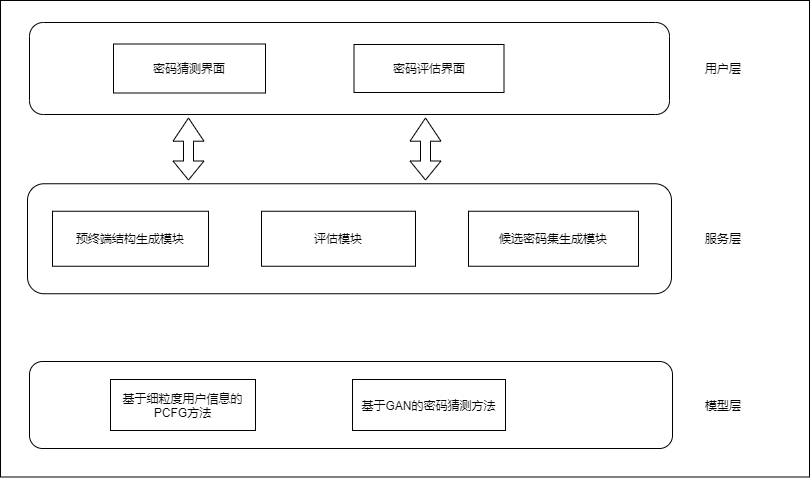
Above: system.drawio.png in lakomi/pictures (draw.io), before the change. Source tidied: cells renumbered, new cells last; positions are measured from the earlier drawing's top-left corner, leaving out a move shared by most shapes.
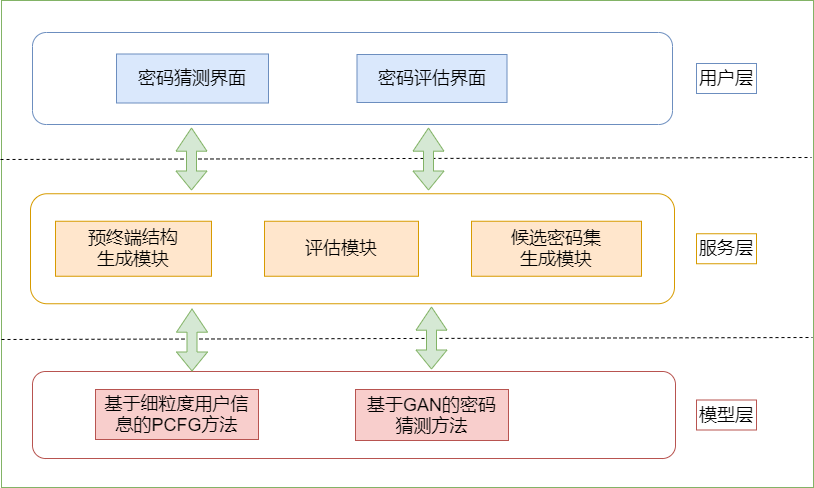
The same file after the commit.

Diff of the diagram source:
```diff
@@ -2,59 +2,83 @@
   <root>
     <mxCell id="0" />
     <mxCell id="1" parent="0" />
-    <mxCell id="2" style="rounded=0;whiteSpace=wrap;html=1;" parent="1" vertex="1">
-      <mxGeometry width="809" height="476.5" as="geometry" />
+    <mxCell id="2" style="rounded=0;whiteSpace=wrap;html=1;fontSize=18;fillColor=none;strokeColor=#82b366;" parent="1" vertex="1">
+      <mxGeometry x="-2" y="-10" width="812" height="487" as="geometry" />
     </mxCell>
-    <mxCell id="3" style="rounded=1;whiteSpace=wrap;html=1;" parent="1" vertex="1">
+    <mxCell id="3" style="rounded=1;whiteSpace=wrap;html=1;fontSize=18;fillColor=none;strokeColor=#b85450;" parent="1" vertex="1">
       <mxGeometry x="29" y="361" width="643" height="87" as="geometry" />
     </mxCell>
-    <mxCell id="4" style="rounded=1;whiteSpace=wrap;html=1;" parent="1" vertex="1">
+    <mxCell id="4" style="rounded=1;whiteSpace=wrap;html=1;fontSize=18;fillColor=none;strokeColor=#d79b00;" parent="1" vertex="1">
       <mxGeometry x="27" y="183.2" width="644" height="110" as="geometry" />
     </mxCell>
-    <mxCell id="5" style="rounded=1;whiteSpace=wrap;html=1;" parent="1" vertex="1">
+    <mxCell id="5" style="rounded=1;whiteSpace=wrap;html=1;fontSize=18;fillColor=none;strokeColor=#6c8ebf;" parent="1" vertex="1">
       <mxGeometry x="29" y="22" width="640" height="92" as="geometry" />
     </mxCell>
-    <mxCell id="6" value="密码猜测界面" style="rounded=0;whiteSpace=wrap;html=1;" parent="1" vertex="1">
+    <mxCell id="6" value="密码猜测界面" style="rounded=0;whiteSpace=wrap;html=1;fontSize=18;fillColor=#dae8fc;strokeColor=#6c8ebf;" parent="1" vertex="1">
       <mxGeometry x="113" y="43.5" width="152" height="49" as="geometry" />
     </mxCell>
-    <mxCell id="7" value="密码评估界面" style="rounded=0;whiteSpace=wrap;html=1;" parent="1" vertex="1">
+    <mxCell id="7" value="密码评估界面" style="rounded=0;whiteSpace=wrap;html=1;fontSize=18;fillColor=#dae8fc;strokeColor=#6c8ebf;" parent="1" vertex="1">
       <mxGeometry x="353.5" y="44" width="150" height="48" as="geometry" />
     </mxCell>
-    <mxCell id="8" value="预终端结构生成模块" style="rounded=0;whiteSpace=wrap;html=1;" parent="1" vertex="1">
+    <mxCell id="8" value="预终端结构&lt;br&gt;生成模块" style="rounded=0;whiteSpace=wrap;html=1;fontSize=18;fillColor=#ffe6cc;strokeColor=#d79b00;" parent="1" vertex="1">
       <mxGeometry x="52" y="210.8" width="156" height="55" as="geometry" />
     </mxCell>
-    <mxCell id="9" value="评估模块" style="rounded=0;whiteSpace=wrap;html=1;" parent="1" vertex="1">
+    <mxCell id="9" value="评估模块" style="rounded=0;whiteSpace=wrap;html=1;fontSize=18;fillColor=#ffe6cc;strokeColor=#d79b00;" parent="1" vertex="1">
       <mxGeometry x="261" y="210.8" width="154" height="55" as="geometry" />
     </mxCell>
-    <mxCell id="10" value="候选密码集生成模块" style="rounded=0;whiteSpace=wrap;html=1;" parent="1" vertex="1">
+    <mxCell id="10" value="候选密码集&lt;br&gt;生成模块" style="rounded=0;whiteSpace=wrap;html=1;fontSize=18;fillColor=#ffe6cc;strokeColor=#d79b00;" parent="1" vertex="1">
       <mxGeometry x="468" y="210.8" width="170" height="55" as="geometry" />
     </mxCell>
-    <mxCell id="11" value="基于细粒度用户信息的PCFG方法" style="rounded=0;whiteSpace=wrap;html=1;" parent="1" vertex="1">
-      <mxGeometry x="110" y="379" width="145" height="51" as="geometry" />
+    <mxCell id="11" value="基于细粒度用户信息的PCFG方法" style="rounded=0;whiteSpace=wrap;html=1;fontSize=18;fillColor=#f8cecc;strokeColor=#b85450;" parent="1" vertex="1">
+      <mxGeometry x="92" y="379" width="163" height="50" as="geometry" />
     </mxCell>
-    <mxCell id="12" value="基于GAN的密码猜测方法" style="rounded=0;whiteSpace=wrap;html=1;" parent="1" vertex="1">
+    <mxCell id="12" value="基于GAN的密码&lt;br&gt;猜测方法" style="rounded=0;whiteSpace=wrap;html=1;fontSize=18;fillColor=#f8cecc;strokeColor=#b85450;" parent="1" vertex="1">
       <mxGeometry x="352" y="379" width="153" height="51" as="geometry" />
     </mxCell>
-    <mxCell id="13" value="用户层" style="text;html=1;strokeColor=none;fillColor=none;align=center;verticalAlign=middle;whiteSpace=wrap;rounded=0;" parent="1" vertex="1">
+    <mxCell id="13" value="用户层" style="text;html=1;strokeColor=#6c8ebf;fillColor=none;align=center;verticalAlign=middle;whiteSpace=wrap;rounded=0;fontSize=18;" parent="1" vertex="1">
       <mxGeometry x="693" y="53" width="60" height="30" as="geometry" />
     </mxCell>
-    <mxCell id="14" value="服务层" style="text;html=1;strokeColor=none;fillColor=none;align=center;verticalAlign=middle;whiteSpace=wrap;rounded=0;" parent="1" vertex="1">
+    <mxCell id="14" value="服务层" style="text;html=1;strokeColor=#d79b00;fillColor=none;align=center;verticalAlign=middle;whiteSpace=wrap;rounded=0;fontSize=18;" parent="1" vertex="1">
       <mxGeometry x="693" y="223.2" width="60" height="30" as="geometry" />
     </mxCell>
-    <mxCell id="15" value="模型层" style="text;html=1;strokeColor=none;fillColor=none;align=center;verticalAlign=middle;whiteSpace=wrap;rounded=0;" parent="1" vertex="1">
+    <mxCell id="15" value="模型层" style="text;html=1;strokeColor=#b85450;fillColor=none;align=center;verticalAlign=middle;whiteSpace=wrap;rounded=0;fontSize=18;" parent="1" vertex="1">
       <mxGeometry x="693" y="389.5" width="60" height="30" as="geometry" />
     </mxCell>
+    <mxCell id="18" style="endArrow=none;dashed=1;html=1;rounded=0;fontSize=18;" parent="1" edge="1">
+      <mxGeometry relative="1" as="geometry">
+        <mxPoint x="-3" y="149" as="sourcePoint" />
+        <mxPoint x="808" y="147" as="targetPoint" />
+      </mxGeometry>
+    </mxCell>
+    <mxCell id="19" style="endArrow=none;dashed=1;html=1;rounded=0;fontSize=18;" parent="1" edge="1">
+      <mxGeometry relative="1" as="geometry">
+        <mxPoint x="-2" y="329" as="sourcePoint" />
+        <mxPoint x="809" y="327" as="targetPoint" />
+      </mxGeometry>
+    </mxCell>
-    <mxCell id="16" style="shape=flexArrow;endArrow=classic;startArrow=classic;html=1;rounded=0;width=10;endSize=7.4;" parent="1" edge="1">
+    <mxCell id="16" style="shape=flexArrow;endArrow=classic;startArrow=classic;html=1;rounded=0;width=10;endSize=7.4;fontSize=18;fillColor=#d5e8d4;strokeColor=#82b366;" parent="1" edge="1">
       <mxGeometry relative="1" as="geometry">
         <mxPoint x="188" y="180" as="sourcePoint" />
         <mxPoint x="188" y="117" as="targetPoint" />
       </mxGeometry>
     </mxCell>
-    <mxCell id="17" style="shape=flexArrow;endArrow=classic;startArrow=classic;html=1;rounded=0;width=10;endSize=7.4;" parent="1" edge="1">
+    <mxCell id="17" style="shape=flexArrow;endArrow=classic;startArrow=classic;html=1;rounded=0;width=10;endSize=7.4;fontSize=18;fillColor=#d5e8d4;strokeColor=#82b366;" parent="1" edge="1">
       <mxGeometry relative="1" as="geometry">
         <mxPoint x="425" y="180" as="sourcePoint" />
         <mxPoint x="425" y="117" as="targetPoint" />
       </mxGeometry>
     </mxCell>
+    <mxCell id="20" style="shape=flexArrow;endArrow=classic;startArrow=classic;html=1;rounded=0;width=10;endSize=7.4;fontSize=18;fillColor=#d5e8d4;strokeColor=#82b366;" parent="1" edge="1">
+      <mxGeometry relative="1" as="geometry">
+        <mxPoint x="428" y="359" as="sourcePoint" />
+        <mxPoint x="428" y="296" as="targetPoint" />
+      </mxGeometry>
+    </mxCell>
+    <mxCell id="21" style="shape=flexArrow;endArrow=classic;startArrow=classic;html=1;rounded=0;width=10;endSize=7.4;fontSize=18;fillColor=#d5e8d4;strokeColor=#82b366;" parent="1" edge="1">
+      <mxGeometry relative="1" as="geometry">
+        <mxPoint x="188.5" y="361" as="sourcePoint" />
+        <mxPoint x="188.5" y="298" as="targetPoint" />
+      </mxGeometry>
+    </mxCell>
   </root>
 </mxGraphModel>
```
